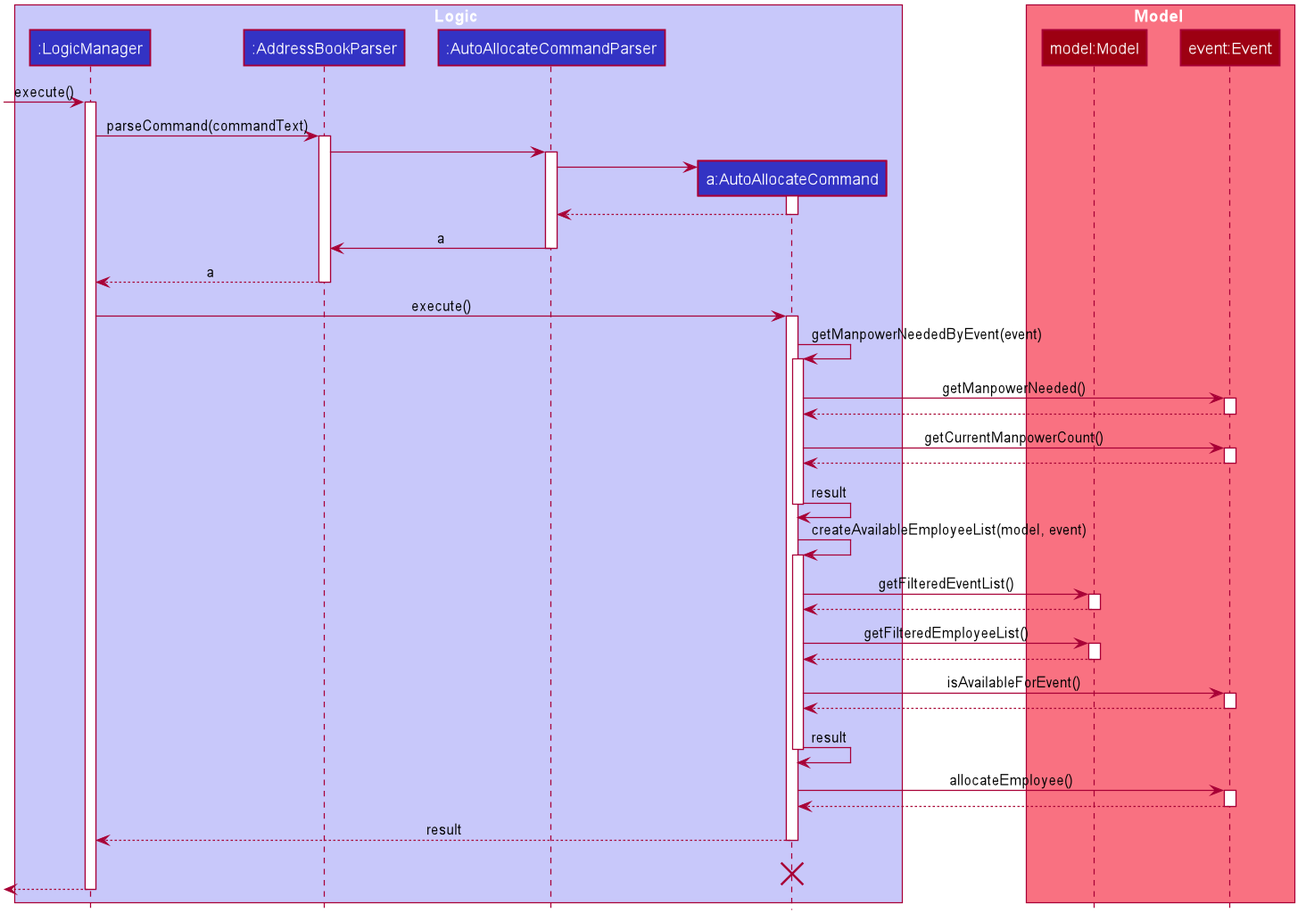
The PlantUML diagram docs/images/AutoAllocateSequenceDiagram.png in nus-cs2103-AY1920S1/addressbook-level3, before a commit. Source of this version:
```plantuml
@startuml








skinparam BackgroundColor #FFFFFFF

skinparam Shadowing false

skinparam Class {
    FontColor #FFFFFF
    BorderThickness 1
    BorderColor #FFFFFF
    StereotypeFontColor #FFFFFF
    FontName Arial
}

skinparam Actor {
    BorderColor #000000
    Color #000000
    FontName Arial
}

skinparam Sequence {
    MessageAlign center
    BoxFontSize 15
    BoxPadding 0
    BoxFontColor #FFFFFF
    FontName Arial
}

skinparam Participant {
    FontColor #FFFFFFF
    Padding 20
}

skinparam MinClassWidth 50
skinparam ParticipantPadding 10
skinparam Shadowing false
skinparam DefaultTextAlignment center
skinparam packageStyle Rectangle

hide footbox
hide members
hide circle

box Logic #C8C8FA
participant ":LogicManager" as LogicManager #3333C4
participant ":AddressBookParser" as AddressBookParser #3333C4
participant ":AutoAllocateCommandParser" as AutoAllocateCommandParser #3333C4
participant "a:AutoAllocateCommand" as AutoAllocateCommand #3333C4
end box

box Model #F97181
participant "model:Model" as Model #9D0012
participant "event:Event" as Event #9D0012
end box

[-> LogicManager : execute()
activate LogicManager

LogicManager -> AddressBookParser : parseCommand(commandText)
activate AddressBookParser

AddressBookParser -> AutoAllocateCommandParser
activate AutoAllocateCommandParser

create AutoAllocateCommand
AutoAllocateCommandParser -> AutoAllocateCommand
activate AutoAllocateCommand

AutoAllocateCommand --> AutoAllocateCommandParser
deactivate AutoAllocateCommand

AutoAllocateCommandParser -> AddressBookParser : a
deactivate AutoAllocateCommandParser

AddressBookParser --> LogicManager : a
deactivate AddressBookParser

LogicManager -> AutoAllocateCommand : execute()
activate AutoAllocateCommand

AutoAllocateCommand -> AutoAllocateCommand : getManpowerNeededByEvent(event)
activate AutoAllocateCommand

AutoAllocateCommand -> Event : getManpowerNeeded()
activate Event
Event --> AutoAllocateCommand :
deactivate Event

AutoAllocateCommand -> Event : getCurrentManpowerCount()
activate Event
Event --> AutoAllocateCommand :
deactivate Event

AutoAllocateCommand -> AutoAllocateCommand : result
deactivate AutoAllocateCommand

AutoAllocateCommand -> AutoAllocateCommand : createAvailableEmployeeList(model, event)
activate AutoAllocateCommand

AutoAllocateCommand -> Model : getFilteredEventList()
activate Model
Model --> AutoAllocateCommand
deactivate Model

AutoAllocateCommand -> Model : getFilteredEmployeeList()
activate Model
Model --> AutoAllocateCommand
deactivate Model

AutoAllocateCommand -> Event : isAvailableForEvent()
activate Event
Event --> AutoAllocateCommand :
deactivate Event

AutoAllocateCommand -> AutoAllocateCommand : result
deactivate AutoAllocateCommand



AutoAllocateCommand -> Event : allocateEmployee()
activate Event
Event --> AutoAllocateCommand :
deactivate Event

AutoAllocateCommand --> LogicManager : result
deactivate AutoAllocateCommand
AutoAllocateCommand -[hidden]-> LogicManager : result
destroy AutoAllocateCommand

[<--LogicManager
deactivate LogicManager
@enduml
```
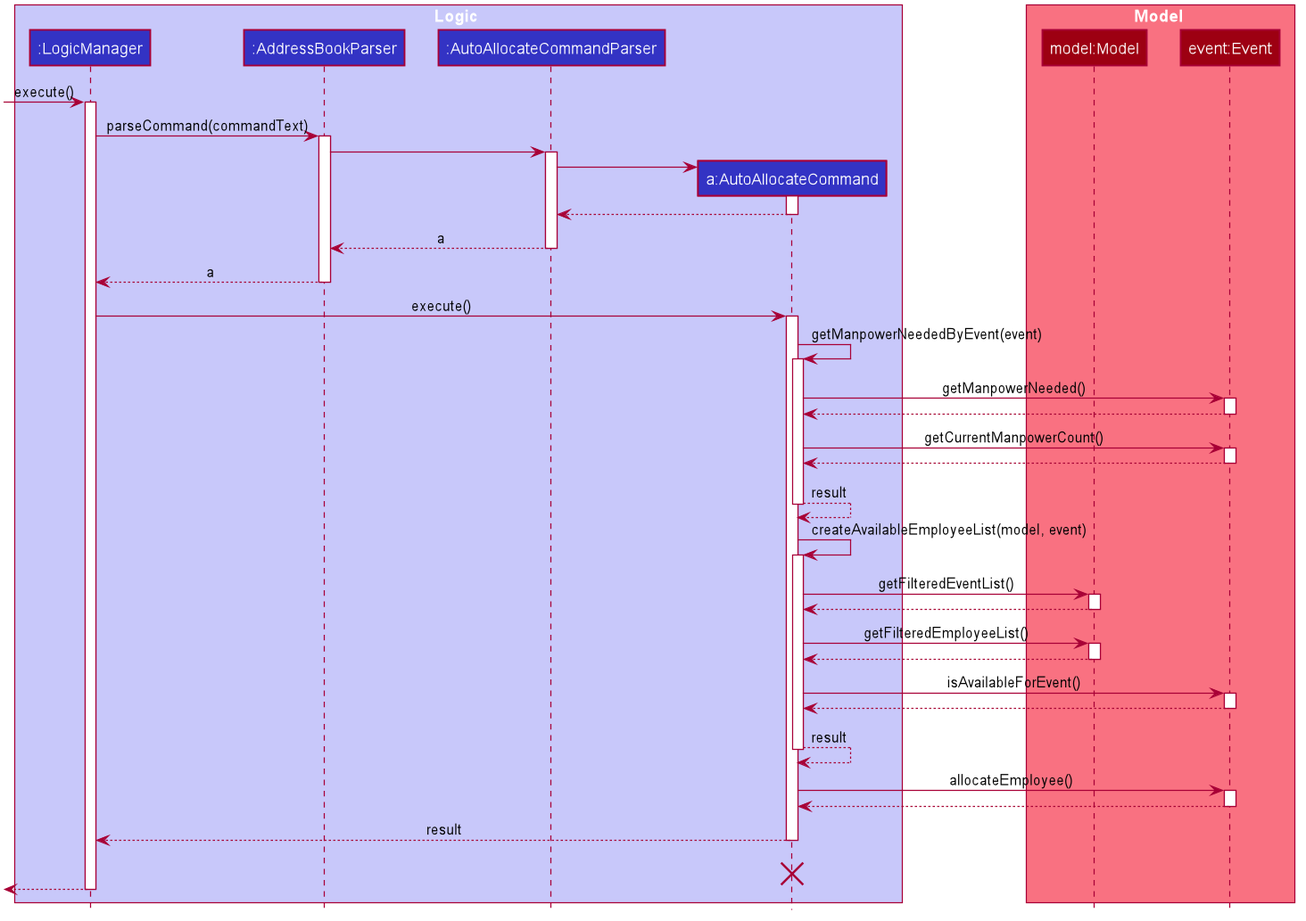
After the commit.

Diff of the diagram source:
```diff
@@ -76,7 +76,7 @@
 AutoAllocateCommand --> AutoAllocateCommandParser
 deactivate AutoAllocateCommand
 
-AutoAllocateCommandParser -> AddressBookParser : a
+AutoAllocateCommandParser --> AddressBookParser : a
 deactivate AutoAllocateCommandParser
 
 AddressBookParser --> LogicManager : a
@@ -98,7 +98,7 @@
 Event --> AutoAllocateCommand :
 deactivate Event
 
-AutoAllocateCommand -> AutoAllocateCommand : result
+AutoAllocateCommand --> AutoAllocateCommand : result
 deactivate AutoAllocateCommand
 
 AutoAllocateCommand -> AutoAllocateCommand : createAvailableEmployeeList(model, event)
@@ -119,7 +119,7 @@
 Event --> AutoAllocateCommand :
 deactivate Event
 
-AutoAllocateCommand -> AutoAllocateCommand : result
+AutoAllocateCommand --> AutoAllocateCommand : result
 deactivate AutoAllocateCommand
 
 
```
